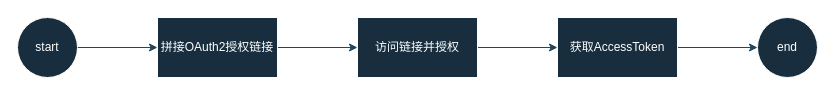
Before: oauth2.drawio in unclequentin/diagrams, a draw.io diagram. Source tidied: cells renumbered, new cells numbered last; positions are measured from the earlier drawing's top-left corner, leaving out a move shared by most shapes. Both pictures are drawn from the tidied source at 100%, with x=0, y=0 at pixel (17, 17).
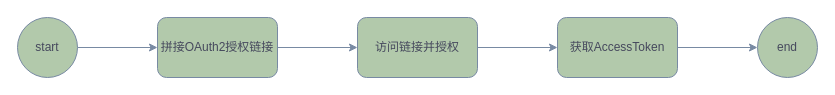
Above is the later version.

The edit, as a diff of the source:
```diff
@@
 <mxGraphModel>
   <root>
     <mxCell id="0" />
     <mxCell id="1" parent="0" />
-    <mxCell id="2" style="edgeStyle=orthogonalEdgeStyle;rounded=0;jettySize=auto;html=1;labelBackgroundColor=none;strokeColor=#23445D;fontColor=default;" parent="1" edge="1" source="3" target="5">
+    <mxCell id="2" style="edgeStyle=orthogonalEdgeStyle;rounded=1;jettySize=auto;html=1;labelBackgroundColor=none;strokeColor=#788AA3;fontColor=default;" parent="1" edge="1" source="3" target="5">
       <mxGeometry relative="1" as="geometry" />
     </mxCell>
-    <mxCell id="3" value="start" style="ellipse;whiteSpace=wrap;html=1;labelBackgroundColor=none;fillColor=#182E3E;strokeColor=#FFFFFF;fontColor=#FFFFFF;" parent="1" vertex="1">
+    <mxCell id="3" value="start" style="ellipse;whiteSpace=wrap;html=1;labelBackgroundColor=none;fillColor=#B2C9AB;strokeColor=#788AA3;fontColor=#46495D;rounded=1;" parent="1" vertex="1">
       <mxGeometry width="60" height="60" as="geometry" />
     </mxCell>
-    <mxCell id="4" style="edgeStyle=orthogonalEdgeStyle;rounded=0;jettySize=auto;html=1;labelBackgroundColor=none;strokeColor=#23445D;fontColor=default;" parent="1" edge="1" source="5" target="7">
+    <mxCell id="4" style="edgeStyle=orthogonalEdgeStyle;rounded=1;jettySize=auto;html=1;labelBackgroundColor=none;strokeColor=#788AA3;fontColor=default;" parent="1" edge="1" source="5" target="7">
       <mxGeometry relative="1" as="geometry" />
     </mxCell>
-    <mxCell id="5" value="拼接OAuth2授权链接" style="whiteSpace=wrap;html=1;labelBackgroundColor=none;fillColor=#182E3E;strokeColor=#FFFFFF;fontColor=#FFFFFF;" parent="1" vertex="1">
+    <mxCell id="5" value="拼接OAuth2授权链接" style="whiteSpace=wrap;html=1;labelBackgroundColor=none;fillColor=#B2C9AB;strokeColor=#788AA3;fontColor=#46495D;rounded=1;" parent="1" vertex="1">
       <mxGeometry x="140" width="120" height="60" as="geometry" />
     </mxCell>
-    <mxCell id="6" style="edgeStyle=orthogonalEdgeStyle;rounded=0;jettySize=auto;html=1;labelBackgroundColor=none;strokeColor=#23445D;fontColor=default;" parent="1" edge="1" source="7" target="9">
+    <mxCell id="6" style="edgeStyle=orthogonalEdgeStyle;rounded=1;jettySize=auto;html=1;labelBackgroundColor=none;strokeColor=#788AA3;fontColor=default;" parent="1" edge="1" source="7" target="9">
       <mxGeometry relative="1" as="geometry" />
     </mxCell>
-    <mxCell id="7" value="访问链接并授权" style="whiteSpace=wrap;html=1;labelBackgroundColor=none;fillColor=#182E3E;strokeColor=#FFFFFF;fontColor=#FFFFFF;" parent="1" vertex="1">
+    <mxCell id="7" value="访问链接并授权" style="whiteSpace=wrap;html=1;labelBackgroundColor=none;fillColor=#B2C9AB;strokeColor=#788AA3;fontColor=#46495D;rounded=1;" parent="1" vertex="1">
       <mxGeometry x="340" width="120" height="60" as="geometry" />
     </mxCell>
-    <mxCell id="8" style="edgeStyle=orthogonalEdgeStyle;rounded=0;jettySize=auto;html=1;labelBackgroundColor=none;strokeColor=#23445D;fontColor=default;" parent="1" edge="1" source="9" target="10">
+    <mxCell id="8" style="edgeStyle=orthogonalEdgeStyle;rounded=1;jettySize=auto;html=1;labelBackgroundColor=none;strokeColor=#788AA3;fontColor=default;" parent="1" edge="1" source="9" target="10">
       <mxGeometry relative="1" as="geometry" />
     </mxCell>
-    <mxCell id="9" value="获取AccessToken" style="whiteSpace=wrap;html=1;labelBackgroundColor=none;fillColor=#182E3E;strokeColor=#FFFFFF;fontColor=#FFFFFF;" parent="1" vertex="1">
+    <mxCell id="9" value="获取AccessToken" style="whiteSpace=wrap;html=1;labelBackgroundColor=none;fillColor=#B2C9AB;strokeColor=#788AA3;fontColor=#46495D;rounded=1;" parent="1" vertex="1">
       <mxGeometry x="540" width="120" height="60" as="geometry" />
     </mxCell>
-    <mxCell id="10" value="end" style="ellipse;whiteSpace=wrap;html=1;labelBackgroundColor=none;fillColor=#182E3E;strokeColor=#FFFFFF;fontColor=#FFFFFF;" parent="1" vertex="1">
+    <mxCell id="10" value="end" style="ellipse;whiteSpace=wrap;html=1;labelBackgroundColor=none;fillColor=#B2C9AB;strokeColor=#788AA3;fontColor=#46495D;rounded=1;" parent="1" vertex="1">
       <mxGeometry x="740" width="60" height="60" as="geometry" />
     </mxCell>
   </root>
 </mxGraphModel>
```
